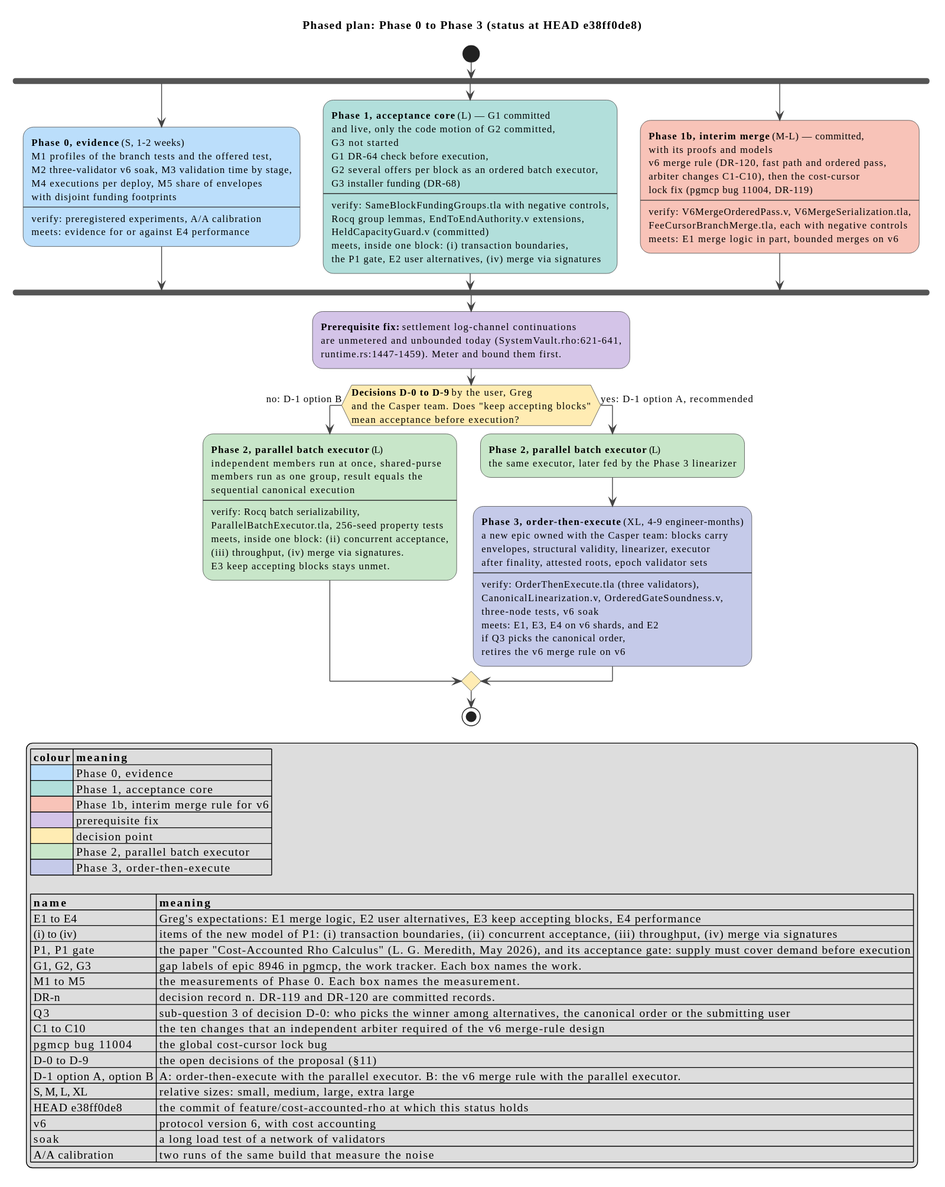
The PlantUML diagram docs/casper/theory/diagrams/consensus-proposal-phase-plan.svg in F1R3FLY-io/f1r3node-rust, before a commit.
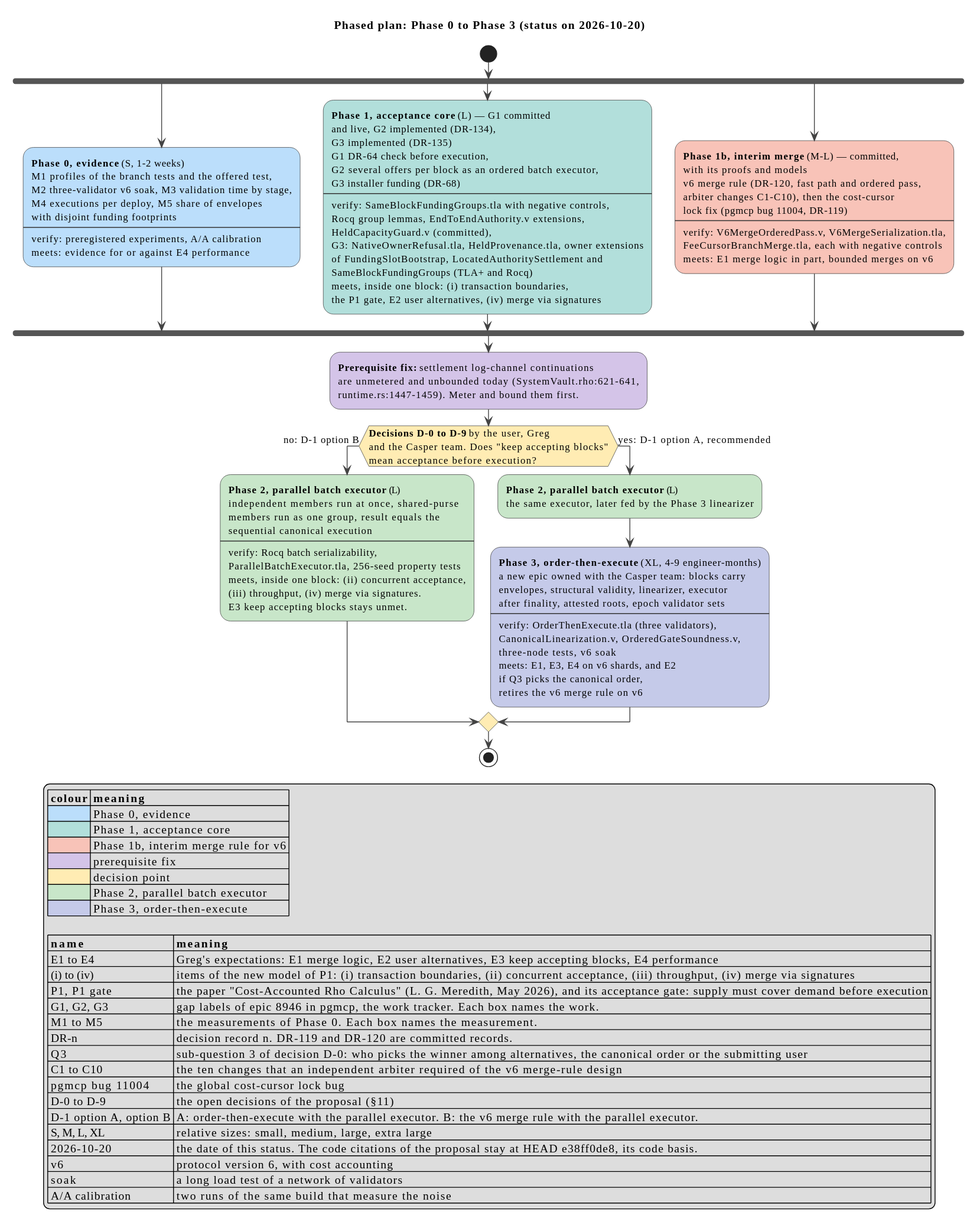
Above is the later version.

Diff of the diagram source:
```diff
@@ -6,7 +6,7 @@
 skinparam ActivityDiamondBackgroundColor $ca_control
 skinparam ActivityDiamondBorderColor #333333
 skinparam ActivityBarColor #555555
-title Phased plan: Phase 0 to Phase 3 (status at HEAD e38ff0de8)
+title Phased plan: Phase 0 to Phase 3 (status on 2026-10-20)
 
 start
 fork
@@ -20,15 +20,18 @@
   meets: evidence for or against E4 performance; <<$ca_supply>>
 fork again
   :**Phase 1, acceptance core** (L) — G1 committed
-  and live, only the code motion of G2 committed,
-  G3 not started
+  and live, G2 implemented (DR-134),
+  G3 implemented (DR-135)
   G1 DR-64 check before execution,
   G2 several offers per block as an ordered batch executor,
   G3 installer funding (DR-68)
   ----
   verify: SameBlockFundingGroups.tla with negative controls,
   Rocq group lemmas, EndToEndAuthority.v extensions,
-  HeldCapacityGuard.v (committed)
+  HeldCapacityGuard.v (committed),
+  G3: NativeOwnerRefusal.tla, HeldProvenance.tla, owner extensions
+  of FundingSlotBootstrap, LocatedAuthoritySettlement and
+  SameBlockFundingGroups (TLA+ and Rocq)
   meets, inside one block: (i) transaction boundaries,
   the P1 gate, E2 user alternatives, (iv) merge via signatures; <<$ca_gate>>
 fork again
@@ -98,7 +101,7 @@
   | D-0 to D-9 | the open decisions of the proposal (§11) |
   | D-1 option A, option B | A: order-then-execute with the parallel executor. B: the v6 merge rule with the parallel executor. |
   | S, M, L, XL | relative sizes: small, medium, large, extra large |
-  | HEAD e38ff0de8 | the commit of feature/cost-accounted-rho at which this status holds |
+  | 2026-10-20 | the date of this status. The code citations of the proposal stay at HEAD e38ff0de8, its code basis. |
   | v6 | protocol version 6, with cost accounting |
   | soak | a long load test of a network of validators |
   | A/A calibration | two runs of the same build that measure the noise |
```
